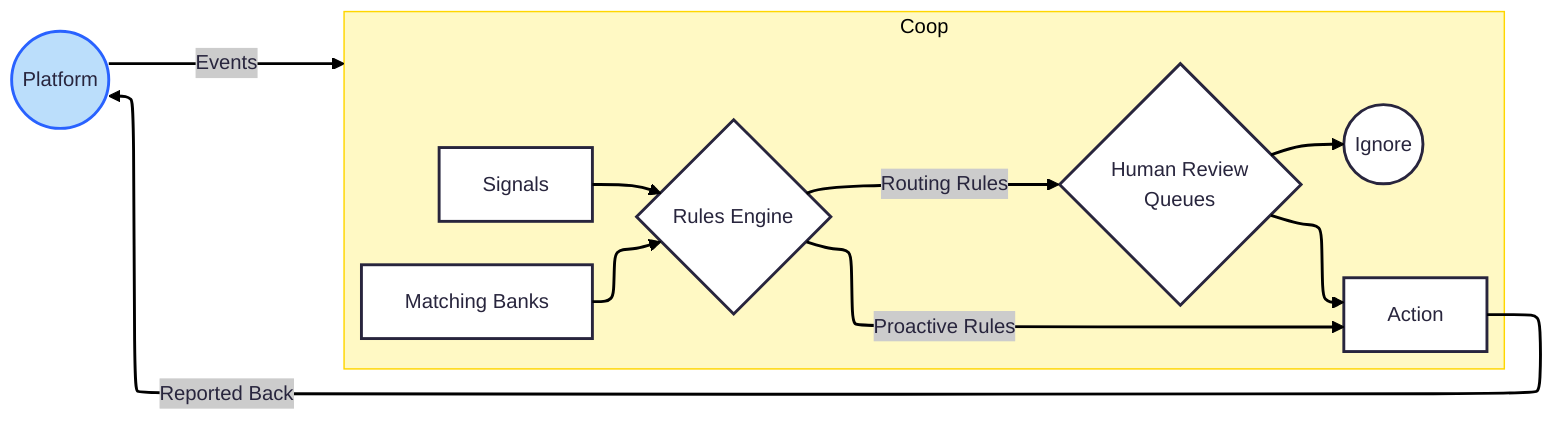
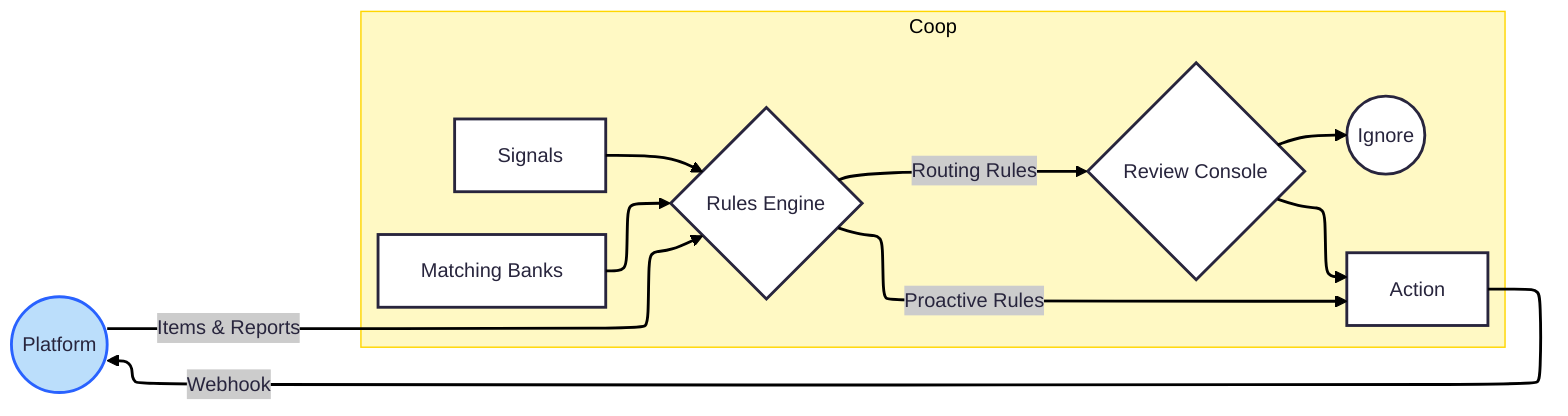
---
config:
  layout: elk
  theme: redux
  look: classic
---
flowchart LR
-     P((Platform)) -->|Events| C
+     P((Platform)) -->|Items & Reports| R

    subgraph C[Coop]
-         R{Rules Engine}
        M[Matching Banks] --> R
        S[Signals] --> R

-         R --> |Routing Rules| HR{Human Review<br>Queues}
+         R{Rules Engine} --> |Routing Rules| HR{Review Console}
+         R --> |Proactive Rules| A[Action]

-         R --> |Proactive Rules| A[Action]
        HR --> X((Ignore))
        HR --> A
    end
-     A --> |Reported Back| P
+     A --> |Webhook| P

    style P fill:#BBDEFB,stroke:#2962FF
-     style C fill:#FFF9C4,stroke:#FFD600+     style C fill:#FFF9C4,stroke:#FFD600
